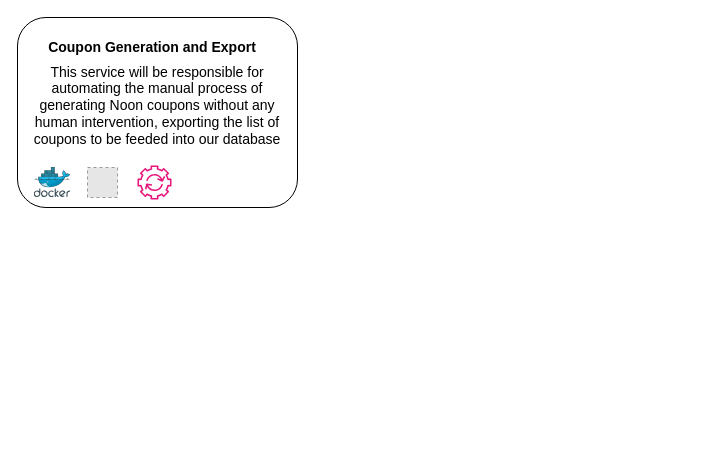
Before: page "Page-1" (1 of 2) of monhna-24-03-2024.drawio in tarikwaleed/diagrams, a draw.io diagram. Source tidied: cells renumbered, new cells numbered last; positions are measured from the earlier drawing's top-left corner, leaving out a move shared by most shapes. Both pictures are drawn from the tidied source at 100%, with x=0, y=0 at pixel (17, 17). Pictures stored in the file or linked from it are replaced by grey dashed boxes.
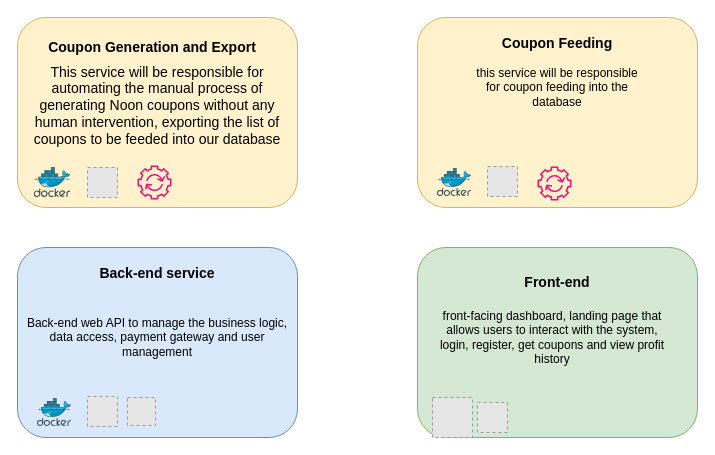
The same diagram, later.

Diff of the diagram source:
```diff
@@
-    <mxCell id="2" style="rounded=1;whiteSpace=wrap;html=1;" parent="1" vertex="1">
+    <mxCell id="2" style="rounded=1;whiteSpace=wrap;html=1;fillColor=#fff2cc;strokeColor=#d6b656;" parent="1" vertex="1">
       <mxGeometry width="280" height="190" as="geometry" />
     </mxCell>
@@
+    <mxCell id="8" style="rounded=1;whiteSpace=wrap;html=1;fillColor=#fff2cc;strokeColor=#d6b656;" parent="1" vertex="1">
+      <mxGeometry x="400" width="280" height="190" as="geometry" />
+    </mxCell>
+    <mxCell id="9" style="image;sketch=0;html=1;align=center;fontSize=12;image=img/lib/mscae/Docker.svg;" parent="1" vertex="1">
+      <mxGeometry x="420" y="151" width="34.1" height="28" as="geometry" />
+    </mxCell>
+    <mxCell id="10" style="fillColor=#E6E6E6;strokeColor=#999999;dashed=1;html=1;verticalAlign=top;verticalLabelPosition=bottom;labelBackgroundColor=#ffffff;rotation=-90;" parent="1" vertex="1">
+      <mxGeometry x="470" y="149" width="30" height="30" as="geometry" />
+    </mxCell>
+    <mxCell id="11" value="Coupon Feeding" style="text;strokeColor=none;align=center;fillColor=none;html=1;verticalAlign=middle;whiteSpace=wrap;rounded=0;fontSize=14;fontStyle=1;" parent="1" vertex="1">
+      <mxGeometry x="470" y="11" width="140" height="30" as="geometry" />
+    </mxCell>
+    <mxCell id="12" style="rounded=1;whiteSpace=wrap;html=1;fillColor=#dae8fc;strokeColor=#6c8ebf;" parent="1" vertex="1">
+      <mxGeometry y="230" width="280" height="190" as="geometry" />
+    </mxCell>
+    <mxCell id="13" style="fillColor=#E6E6E6;strokeColor=#999999;dashed=1;html=1;verticalAlign=top;verticalLabelPosition=bottom;labelBackgroundColor=#ffffff;" parent="1" vertex="1">
+      <mxGeometry x="110" y="380" width="28" height="28" as="geometry" />
+    </mxCell>
+    <mxCell id="14" style="image;sketch=0;html=1;align=center;fontSize=12;image=img/lib/mscae/Docker.svg;" parent="1" vertex="1">
+      <mxGeometry x="20" y="381" width="34.1" height="28" as="geometry" />
+    </mxCell>
+    <mxCell id="15" style="fillColor=#E6E6E6;strokeColor=#999999;dashed=1;html=1;verticalAlign=top;verticalLabelPosition=bottom;labelBackgroundColor=#ffffff;rotation=-90;" parent="1" vertex="1">
+      <mxGeometry x="70" y="379" width="30" height="30" as="geometry" />
+    </mxCell>
+    <mxCell id="16" value="Back-end service" style="text;strokeColor=none;align=center;fillColor=none;html=1;verticalAlign=middle;whiteSpace=wrap;rounded=0;fontSize=14;fontStyle=1;" parent="1" vertex="1">
+      <mxGeometry x="70" y="241" width="140" height="30" as="geometry" />
+    </mxCell>
+    <mxCell id="17" value="this service will be responsible for coupon feeding into the database" style="text;strokeColor=none;align=center;fillColor=none;html=1;verticalAlign=middle;whiteSpace=wrap;rounded=0;" parent="1" vertex="1">
+      <mxGeometry x="455" y="50" width="170" height="40" as="geometry" />
+    </mxCell>
+    <mxCell id="18" style="sketch=0;fontColor=#232F3E;gradientColor=none;fillColor=#E7157B;strokeColor=none;dashed=0;verticalLabelPosition=bottom;verticalAlign=top;align=center;html=1;fontSize=12;fontStyle=0;shape=mxgraph.aws4.automation;" parent="1" vertex="1">
+      <mxGeometry x="520" y="149" width="34" height="34" as="geometry" />
+    </mxCell>
+    <mxCell id="19" value="Back-end web API to manage the business logic, data access, payment gateway and user management" style="text;strokeColor=none;align=center;fillColor=none;html=1;verticalAlign=middle;whiteSpace=wrap;rounded=0;" parent="1" vertex="1">
+      <mxGeometry y="280" width="280" height="80" as="geometry" />
+    </mxCell>
+    <mxCell id="20" style="rounded=1;whiteSpace=wrap;html=1;fillColor=#d5e8d4;strokeColor=#82b366;" parent="1" vertex="1">
+      <mxGeometry x="400" y="230" width="280" height="190" as="geometry" />
+    </mxCell>
+    <mxCell id="21" value="Front-end" style="text;strokeColor=none;align=center;fillColor=none;html=1;verticalAlign=middle;whiteSpace=wrap;rounded=0;fontSize=14;fontStyle=1;" parent="1" vertex="1">
+      <mxGeometry x="470" y="250" width="140" height="30" as="geometry" />
+    </mxCell>
+    <mxCell id="22" style="fillColor=#E6E6E6;strokeColor=#999999;dashed=1;html=1;verticalAlign=top;verticalLabelPosition=bottom;labelBackgroundColor=#ffffff;" parent="1" vertex="1">
+      <mxGeometry x="415" y="380" width="40" height="40" as="geometry" />
+    </mxCell>
+    <mxCell id="23" style="fillColor=#E6E6E6;strokeColor=#999999;dashed=1;html=1;verticalAlign=top;verticalLabelPosition=bottom;labelBackgroundColor=#ffffff;" parent="1" vertex="1">
+      <mxGeometry x="460" y="385" width="30" height="30" as="geometry" />
+    </mxCell>
+    <mxCell id="24" value="front-facing dashboard, landing page that allows users to interact with the system, login, register, get coupons and view profit history" style="text;strokeColor=none;align=center;fillColor=none;html=1;verticalAlign=middle;whiteSpace=wrap;rounded=0;" parent="1" vertex="1">
+      <mxGeometry x="415" y="290" width="240" height="60" as="geometry" />
+    </mxCell>
```
